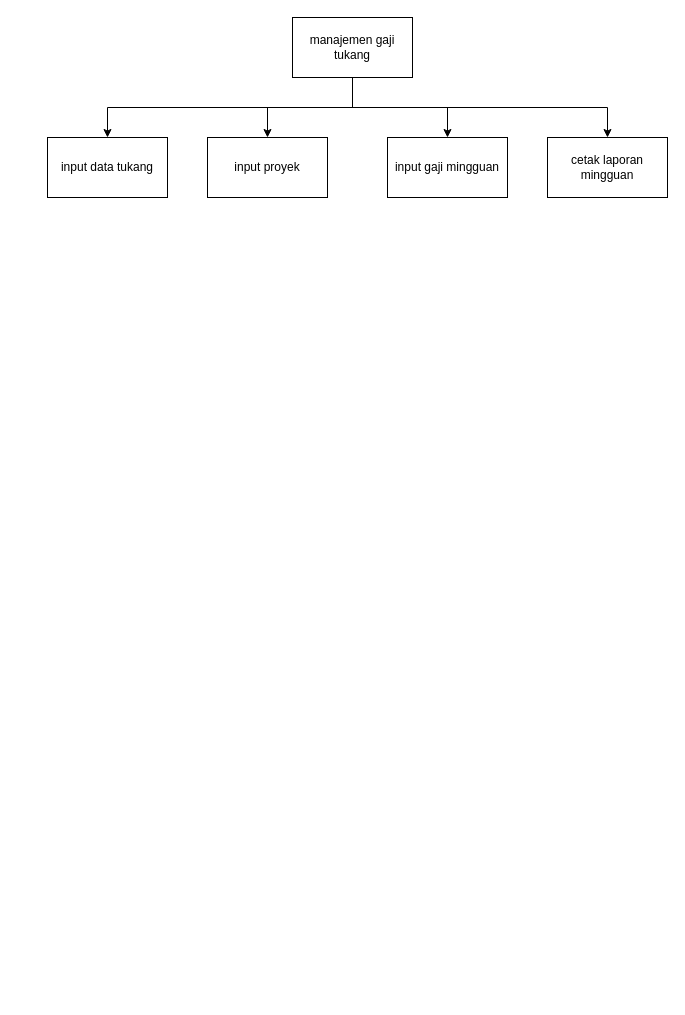
The draw.io diagram Untitled Diagram.drawio in NurcholisAR/diagram-tukang, before the edit. Source tidied: cells renumbered, new cells numbered last; positions are measured from the earlier drawing's top-left corner, leaving out a move shared by most shapes. Both pictures are drawn from the tidied source at 100%, with x=0, y=0 at pixel (47, 17).
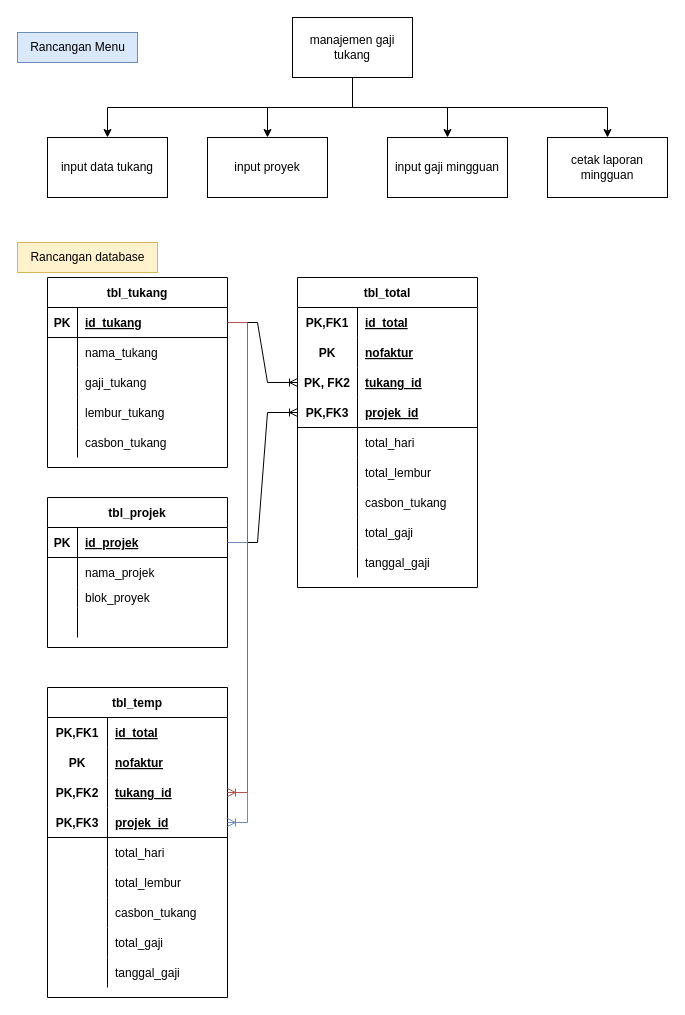
The same diagram, later.

Commit message:
merge rancangan menu & db

Change to the diagram source:
```diff
@@
+    <mxCell id="11" value="tbl_tukang" style="shape=table;startSize=30;childLayout=tableLayout;rowLines=0;fontStyle=1;align=center;" parent="1" vertex="1">
+      <mxGeometry y="260" width="180" height="190" as="geometry" />
+    </mxCell>
+    <mxCell id="12" style="shape=tableRow;horizontal=0;startSize=0;swimlaneHead=0;swimlaneBody=0;fillColor=none;points=[[0,0.5],[1,0.5]];portConstraint=eastwest;top=0;left=0;right=0;bottom=1;" parent="11" vertex="1">
+      <mxGeometry y="30" width="180" height="30" as="geometry" />
+    </mxCell>
+    <mxCell id="13" value="PK" style="shape=partialRectangle;fillColor=none;top=0;left=0;bottom=0;right=0;fontStyle=1;overflow=hidden;" parent="12" vertex="1">
+      <mxGeometry width="30" height="30" as="geometry" />
+    </mxCell>
+    <mxCell id="14" value="id_tukang" style="shape=partialRectangle;fillColor=none;top=0;left=0;bottom=0;right=0;align=left;spacingLeft=6;fontStyle=5;overflow=hidden;" parent="12" vertex="1">
+      <mxGeometry x="30" width="150" height="30" as="geometry" />
+    </mxCell>
+    <mxCell id="15" style="shape=tableRow;horizontal=0;startSize=0;swimlaneHead=0;swimlaneBody=0;fillColor=none;top=0;left=0;right=0;bottom=0;" parent="11" vertex="1">
+      <mxGeometry y="60" width="180" height="30" as="geometry" />
+    </mxCell>
+    <mxCell id="16" style="shape=partialRectangle;fillColor=none;top=0;left=0;bottom=0;right=0;overflow=hidden;" parent="15" vertex="1">
+      <mxGeometry width="30" height="30" as="geometry" />
+    </mxCell>
+    <mxCell id="17" value="nama_tukang" style="shape=partialRectangle;fillColor=none;top=0;left=0;bottom=0;right=0;align=left;spacingLeft=6;overflow=hidden;" parent="15" vertex="1">
+      <mxGeometry x="30" width="150" height="30" as="geometry" />
+    </mxCell>
+    <mxCell id="18" style="shape=tableRow;horizontal=0;startSize=0;swimlaneHead=0;swimlaneBody=0;fillColor=none;top=0;left=0;right=0;bottom=0;" parent="11" vertex="1">
+      <mxGeometry y="90" width="180" height="30" as="geometry" />
+    </mxCell>
+    <mxCell id="19" style="shape=partialRectangle;fillColor=none;top=0;left=0;bottom=0;right=0;overflow=hidden;" parent="18" vertex="1">
+      <mxGeometry width="30" height="30" as="geometry" />
+    </mxCell>
+    <mxCell id="20" value="gaji_tukang" style="shape=partialRectangle;fillColor=none;top=0;left=0;bottom=0;right=0;align=left;spacingLeft=6;overflow=hidden;" parent="18" vertex="1">
+      <mxGeometry x="30" width="150" height="30" as="geometry" />
+    </mxCell>
+    <mxCell id="21" style="shape=tableRow;horizontal=0;startSize=0;swimlaneHead=0;swimlaneBody=0;fillColor=none;top=0;left=0;right=0;bottom=0;" parent="11" vertex="1">
+      <mxGeometry y="120" width="180" height="30" as="geometry" />
+    </mxCell>
+    <mxCell id="22" style="shape=partialRectangle;fillColor=none;top=0;left=0;bottom=0;right=0;overflow=hidden;" parent="21" vertex="1">
+      <mxGeometry width="30" height="30" as="geometry" />
+    </mxCell>
+    <mxCell id="23" value="lembur_tukang" style="shape=partialRectangle;fillColor=none;top=0;left=0;bottom=0;right=0;align=left;spacingLeft=6;overflow=hidden;" parent="21" vertex="1">
+      <mxGeometry x="30" width="150" height="30" as="geometry" />
+    </mxCell>
+    <mxCell id="24" style="shape=tableRow;horizontal=0;startSize=0;swimlaneHead=0;swimlaneBody=0;fillColor=none;top=0;left=0;right=0;bottom=0;" parent="11" vertex="1">
+      <mxGeometry y="150" width="180" height="30" as="geometry" />
+    </mxCell>
+    <mxCell id="25" style="shape=partialRectangle;fillColor=none;top=0;left=0;bottom=0;right=0;overflow=hidden;" parent="24" vertex="1">
+      <mxGeometry width="30" height="30" as="geometry" />
+    </mxCell>
+    <mxCell id="26" value="casbon_tukang" style="shape=partialRectangle;fillColor=none;top=0;left=0;bottom=0;right=0;align=left;spacingLeft=6;overflow=hidden;" parent="24" vertex="1">
+      <mxGeometry x="30" width="150" height="30" as="geometry" />
+    </mxCell>
+    <mxCell id="27" value="tbl_projek" style="shape=table;startSize=30;childLayout=tableLayout;rowLines=0;fontStyle=1;align=center;" parent="1" vertex="1">
+      <mxGeometry y="480" width="180" height="150" as="geometry" />
+    </mxCell>
+    <mxCell id="28" style="shape=tableRow;horizontal=0;startSize=0;swimlaneHead=0;swimlaneBody=0;fillColor=none;points=[[0,0.5],[1,0.5]];portConstraint=eastwest;top=0;left=0;right=0;bottom=1;" parent="27" vertex="1">
+      <mxGeometry y="30" width="180" height="30" as="geometry" />
+    </mxCell>
+    <mxCell id="29" value="PK" style="shape=partialRectangle;fillColor=none;top=0;left=0;bottom=0;right=0;fontStyle=1;overflow=hidden;" parent="28" vertex="1">
+      <mxGeometry width="30" height="30" as="geometry" />
+    </mxCell>
+    <mxCell id="30" value="id_projek" style="shape=partialRectangle;fillColor=none;top=0;left=0;bottom=0;right=0;align=left;spacingLeft=6;fontStyle=5;overflow=hidden;" parent="28" vertex="1">
+      <mxGeometry x="30" width="150" height="30" as="geometry" />
+    </mxCell>
+    <mxCell id="31" style="shape=tableRow;horizontal=0;startSize=0;swimlaneHead=0;swimlaneBody=0;fillColor=none;top=0;left=0;right=0;bottom=0;" parent="27" vertex="1">
+      <mxGeometry y="60" width="180" height="30" as="geometry" />
+    </mxCell>
+    <mxCell id="32" style="shape=partialRectangle;fillColor=none;top=0;left=0;bottom=0;right=0;overflow=hidden;" parent="31" vertex="1">
+      <mxGeometry width="30" height="30" as="geometry" />
+    </mxCell>
+    <mxCell id="33" value="nama_projek" style="shape=partialRectangle;fillColor=none;top=0;left=0;bottom=0;right=0;align=left;spacingLeft=6;overflow=hidden;" parent="31" vertex="1">
+      <mxGeometry x="30" width="150" height="30" as="geometry" />
+    </mxCell>
+    <mxCell id="34" style="shape=tableRow;horizontal=0;startSize=0;swimlaneHead=0;swimlaneBody=0;fillColor=none;top=0;left=0;right=0;bottom=0;" parent="27" vertex="1">
+      <mxGeometry y="90" width="180" height="20" as="geometry" />
+    </mxCell>
+    <mxCell id="35" style="shape=partialRectangle;fillColor=none;top=0;left=0;bottom=0;right=0;overflow=hidden;" parent="34" vertex="1">
+      <mxGeometry width="30" height="20" as="geometry" />
+    </mxCell>
+    <mxCell id="36" value="blok_proyek" style="shape=partialRectangle;fillColor=none;top=0;left=0;bottom=0;right=0;align=left;spacingLeft=6;overflow=hidden;" parent="34" vertex="1">
+      <mxGeometry x="30" width="150" height="20" as="geometry" />
+    </mxCell>
+    <mxCell id="37" style="shape=tableRow;horizontal=0;startSize=0;swimlaneHead=0;swimlaneBody=0;fillColor=none;top=0;left=0;right=0;bottom=0;" parent="27" vertex="1">
+      <mxGeometry y="110" width="180" height="30" as="geometry" />
+    </mxCell>
+    <mxCell id="38" style="shape=partialRectangle;fillColor=none;top=0;left=0;bottom=0;right=0;overflow=hidden;" parent="37" vertex="1">
+      <mxGeometry width="30" height="30" as="geometry" />
+    </mxCell>
+    <mxCell id="39" style="shape=partialRectangle;fillColor=none;top=0;left=0;bottom=0;right=0;align=left;spacingLeft=6;overflow=hidden;" parent="37" vertex="1">
+      <mxGeometry x="30" width="150" height="30" as="geometry" />
+    </mxCell>
+    <mxCell id="40" value="tbl_total" style="shape=table;startSize=30;childLayout=tableLayout;rowLines=0;fontStyle=1;align=center;" parent="1" vertex="1">
+      <mxGeometry x="250" y="260" width="180" height="310" as="geometry" />
+    </mxCell>
+    <mxCell id="41" style="shape=tableRow;horizontal=0;startSize=0;swimlaneHead=0;swimlaneBody=0;fillColor=none;top=0;left=0;right=0;bottom=0;" parent="40" vertex="1">
+      <mxGeometry y="30" width="180" height="30" as="geometry" />
+    </mxCell>
+    <mxCell id="42" value="PK,FK1" style="shape=partialRectangle;fillColor=none;top=0;left=0;bottom=0;right=0;fontStyle=1;overflow=hidden;" parent="41" vertex="1">
+      <mxGeometry width="60" height="30" as="geometry" />
+    </mxCell>
+    <mxCell id="43" value="id_total" style="shape=partialRectangle;fillColor=none;top=0;left=0;bottom=0;right=0;align=left;spacingLeft=6;fontStyle=5;overflow=hidden;" parent="41" vertex="1">
+      <mxGeometry x="60" width="120" height="30" as="geometry" />
+    </mxCell>
+    <mxCell id="44" style="shape=tableRow;horizontal=0;startSize=0;swimlaneHead=0;swimlaneBody=0;fillColor=none;top=0;left=0;right=0;bottom=0;" parent="40" vertex="1">
+      <mxGeometry y="60" width="180" height="30" as="geometry" />
+    </mxCell>
+    <mxCell id="45" value="PK" style="shape=partialRectangle;fillColor=none;top=0;left=0;bottom=0;right=0;overflow=hidden;fontStyle=1;" parent="44" vertex="1">
+      <mxGeometry width="60" height="30" as="geometry" />
+    </mxCell>
+    <mxCell id="46" value="nofaktur" style="shape=partialRectangle;fillColor=none;top=0;left=0;bottom=0;right=0;align=left;spacingLeft=6;overflow=hidden;fontStyle=5;" parent="44" vertex="1">
+      <mxGeometry x="60" width="120" height="30" as="geometry" />
+    </mxCell>
+    <mxCell id="47" style="shape=tableRow;horizontal=0;startSize=0;swimlaneHead=0;swimlaneBody=0;fillColor=none;points=[[0,0.5],[1,0.5]];portConstraint=eastwest;top=0;left=0;right=0;bottom=0;" parent="40" vertex="1">
+      <mxGeometry y="90" width="180" height="30" as="geometry" />
+    </mxCell>
+    <mxCell id="48" value="PK, FK2" style="shape=partialRectangle;fillColor=none;top=0;left=0;bottom=0;right=0;overflow=hidden;fontStyle=1;" parent="47" vertex="1">
+      <mxGeometry width="60" height="30" as="geometry" />
+    </mxCell>
+    <mxCell id="49" value="tukang_id" style="shape=partialRectangle;fillColor=none;top=0;left=0;bottom=0;right=0;align=left;spacingLeft=6;overflow=hidden;fontStyle=5;" parent="47" vertex="1">
+      <mxGeometry x="60" width="120" height="30" as="geometry" />
+    </mxCell>
+    <mxCell id="50" style="shape=tableRow;horizontal=0;startSize=0;swimlaneHead=0;swimlaneBody=0;fillColor=none;points=[[0,0.5],[1,0.5]];portConstraint=eastwest;top=0;left=0;right=0;bottom=1;" parent="40" vertex="1">
+      <mxGeometry y="120" width="180" height="30" as="geometry" />
+    </mxCell>
+    <mxCell id="51" value="PK,FK3" style="shape=partialRectangle;fillColor=none;top=0;left=0;bottom=0;right=0;fontStyle=1;overflow=hidden;" parent="50" vertex="1">
+      <mxGeometry width="60" height="30" as="geometry" />
+    </mxCell>
+    <mxCell id="52" value="projek_id" style="shape=partialRectangle;fillColor=none;top=0;left=0;bottom=0;right=0;align=left;spacingLeft=6;fontStyle=5;overflow=hidden;" parent="50" vertex="1">
+      <mxGeometry x="60" width="120" height="30" as="geometry" />
+    </mxCell>
+    <mxCell id="53" style="shape=tableRow;horizontal=0;startSize=0;swimlaneHead=0;swimlaneBody=0;fillColor=none;top=0;left=0;right=0;bottom=0;" parent="40" vertex="1">
+      <mxGeometry y="150" width="180" height="30" as="geometry" />
+    </mxCell>
+    <mxCell id="54" style="shape=partialRectangle;fillColor=none;top=0;left=0;bottom=0;right=0;overflow=hidden;" parent="53" vertex="1">
+      <mxGeometry width="60" height="30" as="geometry" />
+    </mxCell>
+    <mxCell id="55" value="total_hari" style="shape=partialRectangle;fillColor=none;top=0;left=0;bottom=0;right=0;align=left;spacingLeft=6;overflow=hidden;" parent="53" vertex="1">
+      <mxGeometry x="60" width="120" height="30" as="geometry" />
+    </mxCell>
+    <mxCell id="56" style="shape=tableRow;horizontal=0;startSize=0;swimlaneHead=0;swimlaneBody=0;fillColor=none;top=0;left=0;right=0;bottom=0;" parent="40" vertex="1">
+      <mxGeometry y="180" width="180" height="30" as="geometry" />
+    </mxCell>
+    <mxCell id="57" style="shape=partialRectangle;fillColor=none;top=0;left=0;bottom=0;right=0;overflow=hidden;" parent="56" vertex="1">
+      <mxGeometry width="60" height="30" as="geometry" />
+    </mxCell>
+    <mxCell id="58" value="total_lembur" style="shape=partialRectangle;fillColor=none;top=0;left=0;bottom=0;right=0;align=left;spacingLeft=6;overflow=hidden;" parent="56" vertex="1">
+      <mxGeometry x="60" width="120" height="30" as="geometry" />
+    </mxCell>
+    <mxCell id="59" style="shape=tableRow;horizontal=0;startSize=0;swimlaneHead=0;swimlaneBody=0;fillColor=none;top=0;left=0;right=0;bottom=0;" parent="40" vertex="1">
+      <mxGeometry y="210" width="180" height="30" as="geometry" />
+    </mxCell>
+    <mxCell id="60" style="shape=partialRectangle;fillColor=none;top=0;left=0;bottom=0;right=0;overflow=hidden;" parent="59" vertex="1">
+      <mxGeometry width="60" height="30" as="geometry" />
+    </mxCell>
+    <mxCell id="61" value="casbon_tukang" style="shape=partialRectangle;fillColor=none;top=0;left=0;bottom=0;right=0;align=left;spacingLeft=6;overflow=hidden;" parent="59" vertex="1">
+      <mxGeometry x="60" width="120" height="30" as="geometry" />
+    </mxCell>
+    <mxCell id="62" style="shape=tableRow;horizontal=0;startSize=0;swimlaneHead=0;swimlaneBody=0;fillColor=none;top=0;left=0;right=0;bottom=0;" parent="40" vertex="1">
+      <mxGeometry y="240" width="180" height="30" as="geometry" />
+    </mxCell>
+    <mxCell id="63" style="shape=partialRectangle;fillColor=none;top=0;left=0;bottom=0;right=0;overflow=hidden;" parent="62" vertex="1">
+      <mxGeometry width="60" height="30" as="geometry" />
+    </mxCell>
+    <mxCell id="64" value="total_gaji" style="shape=partialRectangle;fillColor=none;top=0;left=0;bottom=0;right=0;align=left;spacingLeft=6;overflow=hidden;" parent="62" vertex="1">
+      <mxGeometry x="60" width="120" height="30" as="geometry" />
+    </mxCell>
+    <mxCell id="65" style="shape=tableRow;horizontal=0;startSize=0;swimlaneHead=0;swimlaneBody=0;fillColor=none;top=0;left=0;right=0;bottom=0;" parent="40" vertex="1">
+      <mxGeometry y="270" width="180" height="30" as="geometry" />
+    </mxCell>
+    <mxCell id="66" style="shape=partialRectangle;fillColor=none;top=0;left=0;bottom=0;right=0;overflow=hidden;" parent="65" vertex="1">
+      <mxGeometry width="60" height="30" as="geometry" />
+    </mxCell>
+    <mxCell id="67" value="tanggal_gaji" style="shape=partialRectangle;fillColor=none;top=0;left=0;bottom=0;right=0;align=left;spacingLeft=6;overflow=hidden;" parent="65" vertex="1">
+      <mxGeometry x="60" width="120" height="30" as="geometry" />
+    </mxCell>
+    <mxCell id="68" style="edgeStyle=entityRelationEdgeStyle;fontSize=12;html=1;endArrow=ERoneToMany;rounded=0;exitX=1;exitY=0.5;exitDx=0;exitDy=0;" parent="1" edge="1" source="12" target="47">
+      <mxGeometry relative="1" as="geometry" />
+    </mxCell>
+    <mxCell id="69" style="edgeStyle=entityRelationEdgeStyle;fontSize=12;html=1;endArrow=ERoneToMany;rounded=0;exitX=1;exitY=0.5;exitDx=0;exitDy=0;entryX=0;entryY=0.5;entryDx=0;entryDy=0;" parent="1" edge="1" source="28" target="50">
+      <mxGeometry relative="1" as="geometry" />
+    </mxCell>
+    <mxCell id="70" value="tbl_temp" style="shape=table;startSize=30;childLayout=tableLayout;rowLines=0;fontStyle=1;align=center;" parent="1" vertex="1">
+      <mxGeometry y="670" width="180" height="310" as="geometry" />
+    </mxCell>
+    <mxCell id="71" style="shape=tableRow;horizontal=0;startSize=0;swimlaneHead=0;swimlaneBody=0;fillColor=none;top=0;left=0;right=0;bottom=0;" parent="70" vertex="1">
+      <mxGeometry y="30" width="180" height="30" as="geometry" />
+    </mxCell>
+    <mxCell id="72" style="shape=partialRectangle;fillColor=none;top=0;left=0;bottom=0;right=0;fontStyle=1;overflow=hidden;" parent="71" vertex="1">
+      <mxGeometry width="60" height="30" as="geometry" />
+    </mxCell>
+    <mxCell id="73" value="id_total" style="shape=partialRectangle;fillColor=none;top=0;left=0;bottom=0;right=0;align=left;spacingLeft=6;fontStyle=5;overflow=hidden;" parent="71" vertex="1">
+      <mxGeometry x="60" width="120" height="30" as="geometry" />
+    </mxCell>
+    <mxCell id="74" style="shape=tableRow;horizontal=0;startSize=0;swimlaneHead=0;swimlaneBody=0;fillColor=none;top=0;left=0;right=0;bottom=0;" parent="70" vertex="1">
+      <mxGeometry y="60" width="180" height="30" as="geometry" />
+    </mxCell>
+    <mxCell id="75" style="shape=partialRectangle;fillColor=none;top=0;left=0;bottom=0;right=0;overflow=hidden;fontStyle=1;" parent="74" vertex="1">
+      <mxGeometry width="60" height="30" as="geometry" />
+    </mxCell>
+    <mxCell id="76" value="nofaktur" style="shape=partialRectangle;fillColor=none;top=0;left=0;bottom=0;right=0;align=left;spacingLeft=6;overflow=hidden;fontStyle=5;" parent="74" vertex="1">
+      <mxGeometry x="60" width="120" height="30" as="geometry" />
+    </mxCell>
+    <mxCell id="77" style="shape=tableRow;horizontal=0;startSize=0;swimlaneHead=0;swimlaneBody=0;fillColor=none;points=[[0,0.5],[1,0.5]];portConstraint=eastwest;top=0;left=0;right=0;bottom=0;" parent="70" vertex="1">
+      <mxGeometry y="90" width="180" height="30" as="geometry" />
+    </mxCell>
+    <mxCell id="78" style="shape=partialRectangle;fillColor=none;top=0;left=0;bottom=0;right=0;overflow=hidden;fontStyle=1;" parent="77" vertex="1">
+      <mxGeometry width="60" height="30" as="geometry" />
+    </mxCell>
+    <mxCell id="79" value="tukang_id" style="shape=partialRectangle;fillColor=none;top=0;left=0;bottom=0;right=0;align=left;spacingLeft=6;overflow=hidden;fontStyle=5;" parent="77" vertex="1">
+      <mxGeometry x="60" width="120" height="30" as="geometry" />
+    </mxCell>
+    <mxCell id="80" style="shape=tableRow;horizontal=0;startSize=0;swimlaneHead=0;swimlaneBody=0;fillColor=none;points=[[0,0.5],[1,0.5]];portConstraint=eastwest;top=0;left=0;right=0;bottom=1;" parent="70" vertex="1">
+      <mxGeometry y="120" width="180" height="30" as="geometry" />
+    </mxCell>
+    <mxCell id="81" style="shape=partialRectangle;fillColor=none;top=0;left=0;bottom=0;right=0;fontStyle=1;overflow=hidden;" parent="80" vertex="1">
+      <mxGeometry width="60" height="30" as="geometry" />
+    </mxCell>
+    <mxCell id="82" value="projek_id" style="shape=partialRectangle;fillColor=none;top=0;left=0;bottom=0;right=0;align=left;spacingLeft=6;fontStyle=5;overflow=hidden;" parent="80" vertex="1">
+      <mxGeometry x="60" width="120" height="30" as="geometry" />
+    </mxCell>
+    <mxCell id="83" style="shape=tableRow;horizontal=0;startSize=0;swimlaneHead=0;swimlaneBody=0;fillColor=none;top=0;left=0;right=0;bottom=0;" parent="70" vertex="1">
+      <mxGeometry y="150" width="180" height="30" as="geometry" />
+    </mxCell>
+    <mxCell id="84" style="shape=partialRectangle;fillColor=none;top=0;left=0;bottom=0;right=0;overflow=hidden;" parent="83" vertex="1">
+      <mxGeometry width="60" height="30" as="geometry" />
+    </mxCell>
+    <mxCell id="85" value="total_hari" style="shape=partialRectangle;fillColor=none;top=0;left=0;bottom=0;right=0;align=left;spacingLeft=6;overflow=hidden;" parent="83" vertex="1">
+      <mxGeometry x="60" width="120" height="30" as="geometry" />
+    </mxCell>
+    <mxCell id="86" style="shape=tableRow;horizontal=0;startSize=0;swimlaneHead=0;swimlaneBody=0;fillColor=none;top=0;left=0;right=0;bottom=0;" parent="70" vertex="1">
+      <mxGeometry y="180" width="180" height="30" as="geometry" />
+    </mxCell>
+    <mxCell id="87" style="shape=partialRectangle;fillColor=none;top=0;left=0;bottom=0;right=0;overflow=hidden;" parent="86" vertex="1">
+      <mxGeometry width="60" height="30" as="geometry" />
+    </mxCell>
+    <mxCell id="88" value="total_lembur" style="shape=partialRectangle;fillColor=none;top=0;left=0;bottom=0;right=0;align=left;spacingLeft=6;overflow=hidden;" parent="86" vertex="1">
+      <mxGeometry x="60" width="120" height="30" as="geometry" />
+    </mxCell>
+    <mxCell id="89" style="shape=tableRow;horizontal=0;startSize=0;swimlaneHead=0;swimlaneBody=0;fillColor=none;top=0;left=0;right=0;bottom=0;" parent="70" vertex="1">
+      <mxGeometry y="210" width="180" height="30" as="geometry" />
+    </mxCell>
+    <mxCell id="90" style="shape=partialRectangle;fillColor=none;top=0;left=0;bottom=0;right=0;overflow=hidden;" parent="89" vertex="1">
+      <mxGeometry width="60" height="30" as="geometry" />
+    </mxCell>
+    <mxCell id="91" value="casbon_tukang" style="shape=partialRectangle;fillColor=none;top=0;left=0;bottom=0;right=0;align=left;spacingLeft=6;overflow=hidden;" parent="89" vertex="1">
+      <mxGeometry x="60" width="120" height="30" as="geometry" />
+    </mxCell>
+    <mxCell id="92" style="shape=tableRow;horizontal=0;startSize=0;swimlaneHead=0;swimlaneBody=0;fillColor=none;top=0;left=0;right=0;bottom=0;" parent="70" vertex="1">
+      <mxGeometry y="240" width="180" height="30" as="geometry" />
+    </mxCell>
+    <mxCell id="93" style="shape=partialRectangle;fillColor=none;top=0;left=0;bottom=0;right=0;overflow=hidden;" parent="92" vertex="1">
+      <mxGeometry width="60" height="30" as="geometry" />
+    </mxCell>
+    <mxCell id="94" value="total_gaji" style="shape=partialRectangle;fillColor=none;top=0;left=0;bottom=0;right=0;align=left;spacingLeft=6;overflow=hidden;" parent="92" vertex="1">
+      <mxGeometry x="60" width="120" height="30" as="geometry" />
+    </mxCell>
+    <mxCell id="95" style="shape=tableRow;horizontal=0;startSize=0;swimlaneHead=0;swimlaneBody=0;fillColor=none;top=0;left=0;right=0;bottom=0;" parent="70" vertex="1">
+      <mxGeometry y="270" width="180" height="30" as="geometry" />
+    </mxCell>
+    <mxCell id="96" style="shape=partialRectangle;fillColor=none;top=0;left=0;bottom=0;right=0;overflow=hidden;" parent="95" vertex="1">
+      <mxGeometry width="60" height="30" as="geometry" />
+    </mxCell>
+    <mxCell id="97" value="tanggal_gaji" style="shape=partialRectangle;fillColor=none;top=0;left=0;bottom=0;right=0;align=left;spacingLeft=6;overflow=hidden;" parent="95" vertex="1">
+      <mxGeometry x="60" width="120" height="30" as="geometry" />
+    </mxCell>
+    <mxCell id="98" value="PK,FK1" style="shape=partialRectangle;fillColor=none;top=0;left=0;bottom=0;right=0;fontStyle=1;overflow=hidden;" parent="1" vertex="1">
+      <mxGeometry y="700" width="60" height="30" as="geometry" />
+    </mxCell>
+    <mxCell id="99" value="PK" style="shape=partialRectangle;fillColor=none;top=0;left=0;bottom=0;right=0;overflow=hidden;fontStyle=1;" parent="1" vertex="1">
+      <mxGeometry y="730" width="60" height="30" as="geometry" />
+    </mxCell>
+    <mxCell id="100" value="PK,FK2" style="shape=partialRectangle;fillColor=none;top=0;left=0;bottom=0;right=0;overflow=hidden;fontStyle=1;" parent="1" vertex="1">
+      <mxGeometry y="760" width="60" height="30" as="geometry" />
+    </mxCell>
+    <mxCell id="101" value="PK,FK3" style="shape=partialRectangle;fillColor=none;top=0;left=0;bottom=0;right=0;fontStyle=1;overflow=hidden;" parent="1" vertex="1">
+      <mxGeometry y="790" width="60" height="30" as="geometry" />
+    </mxCell>
+    <mxCell id="102" style="edgeStyle=orthogonalEdgeStyle;rounded=0;jettySize=auto;html=1;exitX=1;exitY=0.5;exitDx=0;exitDy=0;entryX=1;entryY=0.5;entryDx=0;entryDy=0;endArrow=ERoneToMany;endFill=0;fillColor=#dae8fc;strokeColor=#6c8ebf;" parent="1" edge="1" source="28" target="80">
+      <mxGeometry relative="1" as="geometry">
+        <Array as="points">
+          <mxPoint x="200" y="525" />
+          <mxPoint x="200" y="805" />
+        </Array>
+      </mxGeometry>
+    </mxCell>
+    <mxCell id="103" style="edgeStyle=orthogonalEdgeStyle;rounded=0;jettySize=auto;html=1;exitX=1;exitY=0.5;exitDx=0;exitDy=0;entryX=1;entryY=0.5;entryDx=0;entryDy=0;endArrow=ERoneToMany;endFill=0;fillColor=#f8cecc;strokeColor=#b85450;" parent="1" edge="1" source="12" target="77">
+      <mxGeometry relative="1" as="geometry" />
+    </mxCell>
+    <mxCell id="104" value="Rancangan Menu" style="text;html=1;align=center;verticalAlign=middle;strokeColor=#6c8ebf;fillColor=#dae8fc;" parent="1" vertex="1">
+      <mxGeometry x="-30" y="15" width="120" height="30" as="geometry" />
+    </mxCell>
+    <mxCell id="105" value="Rancangan database" style="text;html=1;align=center;verticalAlign=middle;strokeColor=#d6b656;fillColor=#fff2cc;" parent="1" vertex="1">
+      <mxGeometry x="-30" y="225" width="140" height="30" as="geometry" />
+    </mxCell>
```
